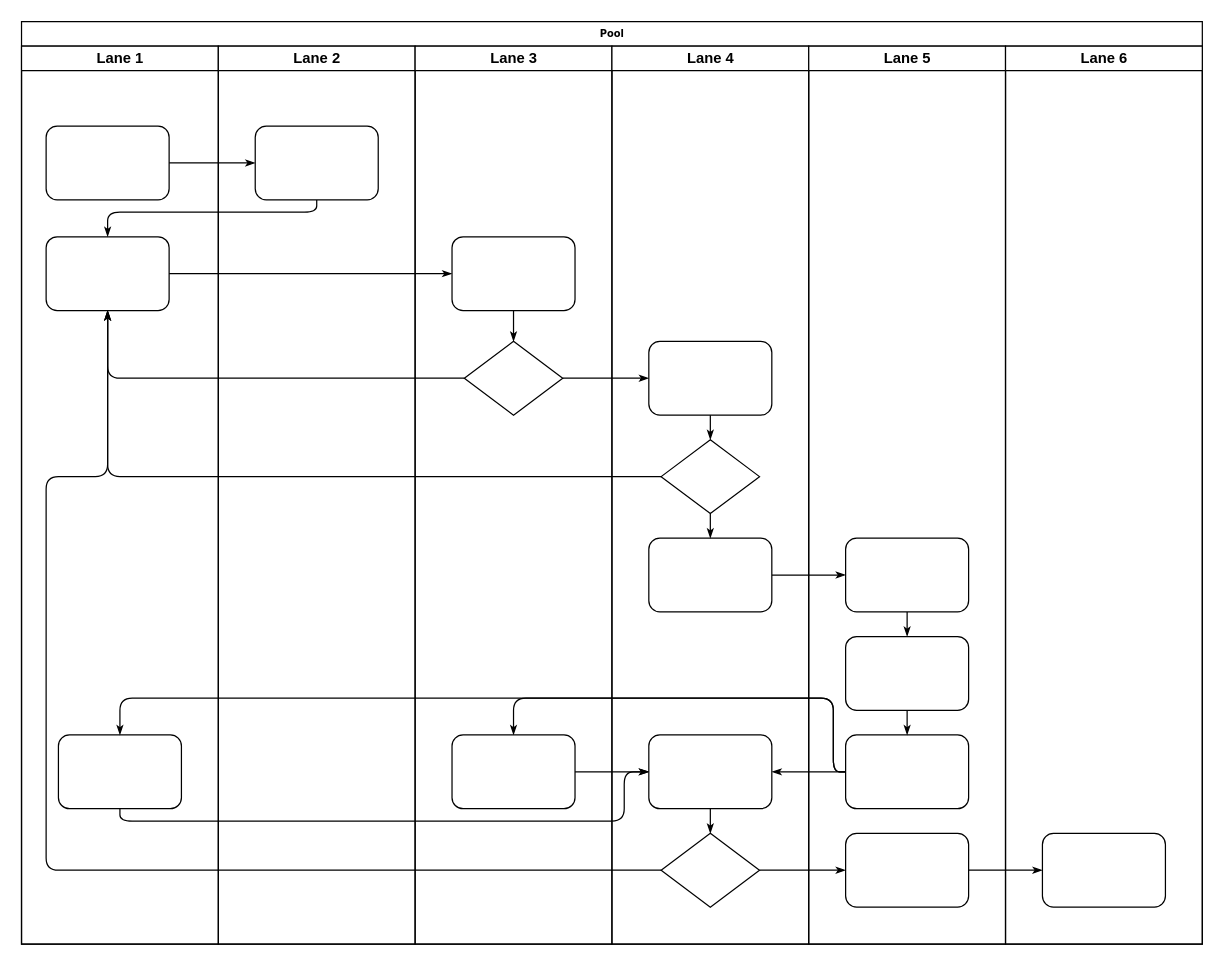
Earlier version of the draw.io diagram system-diagram.drawio (cronical/claim-bridge). Source tidied: cells renumbered, new cells numbered last; positions are measured from the earlier drawing's top-left corner, leaving out a move shared by most shapes. Both pictures are drawn from the tidied source at 123%, with x=0, y=0 at pixel (21, 21).
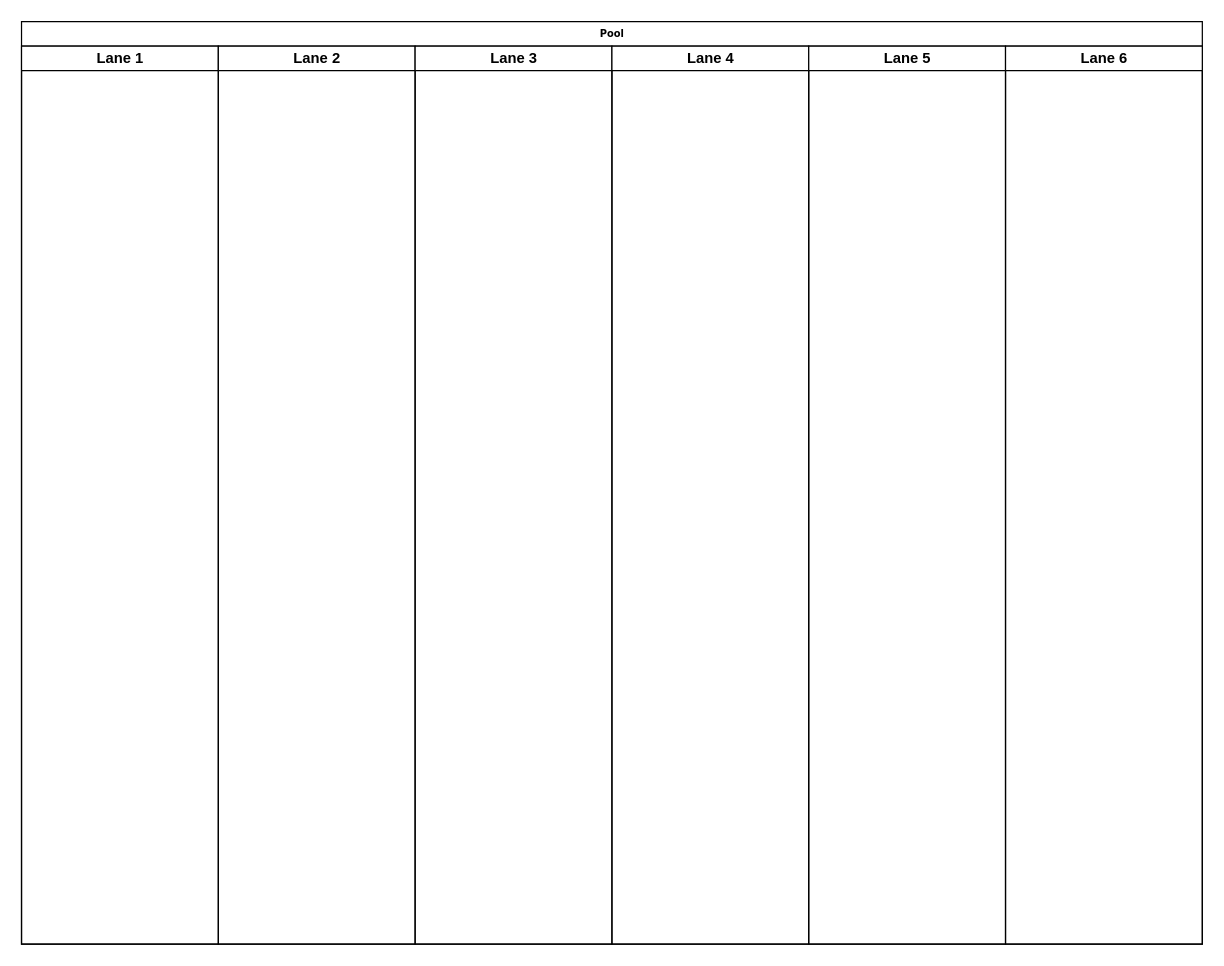
After the change.

Unchanged cells that the change refers to:
```xml
<mxCell id="2" value="Pool" style="swimlane;html=1;startSize=20;rounded=0;shadow=0;labelBackgroundColor=none;strokeWidth=1;fontFamily=Verdana;fontSize=8;align=center;" parent="1" vertex="1">
  <mxGeometry width="960" height="750" as="geometry" />
</mxCell>
<mxCell id="3" value="Lane 1" style="swimlane;html=1;startSize=20;" parent="2" vertex="1">
  <mxGeometry y="20" width="160" height="730" as="geometry" />
</mxCell>
<mxCell id="22" value="Lane 2" style="swimlane;html=1;startSize=20;" parent="2" vertex="1">
  <mxGeometry x="160" y="20" width="160" height="730" as="geometry" />
</mxCell>
<mxCell id="24" value="Lane 3" style="swimlane;html=1;startSize=20;" parent="2" vertex="1">
  <mxGeometry x="320" y="20" width="160" height="730" as="geometry" />
</mxCell>
<mxCell id="29" value="Lane 4" style="swimlane;html=1;startSize=20;" parent="2" vertex="1">
  <mxGeometry x="480" y="20" width="160" height="730" as="geometry" />
</mxCell>
<mxCell id="38" value="Lane 5" style="swimlane;html=1;startSize=20;" parent="2" vertex="1">
  <mxGeometry x="640" y="20" width="160" height="730" as="geometry" />
</mxCell>
<mxCell id="45" value="Lane 6" style="swimlane;html=1;startSize=20;" parent="2" vertex="1">
  <mxGeometry x="800" y="20" width="160" height="730" as="geometry" />
</mxCell>
```

What changed in the source:
```diff
@@
-    <mxCell id="4" style="rounded=1;whiteSpace=wrap;html=1;shadow=0;labelBackgroundColor=none;strokeWidth=1;fontFamily=Verdana;fontSize=8;align=center;" parent="3" vertex="1">
-      <mxGeometry x="20" y="65" width="100" height="60" as="geometry" />
-    </mxCell>
-    <mxCell id="5" style="rounded=1;whiteSpace=wrap;html=1;shadow=0;labelBackgroundColor=none;strokeWidth=1;fontFamily=Verdana;fontSize=8;align=center;" parent="3" vertex="1">
-      <mxGeometry x="20" y="155" width="100" height="60" as="geometry" />
-    </mxCell>
-    <mxCell id="6" style="rounded=1;whiteSpace=wrap;html=1;shadow=0;labelBackgroundColor=none;strokeWidth=1;fontFamily=Verdana;fontSize=8;align=center;" parent="3" vertex="1">
-      <mxGeometry x="30" y="560" width="100" height="60" as="geometry" />
-    </mxCell>
-    <mxCell id="7" style="edgeStyle=orthogonalEdgeStyle;rounded=1;html=1;labelBackgroundColor=none;startArrow=none;startFill=0;startSize=5;endArrow=classicThin;endFill=1;endSize=5;jettySize=auto;strokeWidth=1;fontFamily=Verdana;fontSize=8;" parent="2" edge="1" source="4" target="23">
-      <mxGeometry relative="1" as="geometry" />
-    </mxCell>
-    <mxCell id="8" style="edgeStyle=orthogonalEdgeStyle;rounded=1;html=1;labelBackgroundColor=none;startArrow=none;startFill=0;startSize=5;endArrow=classicThin;endFill=1;endSize=5;jettySize=auto;strokeWidth=1;fontFamily=Verdana;fontSize=8;" parent="2" edge="1" source="23" target="5">
-      <mxGeometry relative="1" as="geometry">
-        <Array as="points">
-          <mxPoint x="240" y="155" />
-          <mxPoint x="70" y="155" />
-        </Array>
-      </mxGeometry>
-    </mxCell>
-    <mxCell id="9" style="edgeStyle=orthogonalEdgeStyle;rounded=1;html=1;labelBackgroundColor=none;startArrow=none;startFill=0;startSize=5;endArrow=classicThin;endFill=1;endSize=5;jettySize=auto;strokeWidth=1;fontFamily=Verdana;fontSize=8;" parent="2" edge="1" source="5" target="25">
-      <mxGeometry relative="1" as="geometry" />
-    </mxCell>
-    <mxCell id="10" style="edgeStyle=orthogonalEdgeStyle;rounded=1;html=1;labelBackgroundColor=none;startArrow=none;startFill=0;startSize=5;endArrow=classicThin;endFill=1;endSize=5;jettySize=auto;strokeWidth=1;fontFamily=Verdana;fontSize=8;" parent="2" edge="1" source="26" target="5">
-      <mxGeometry relative="1" as="geometry" />
-    </mxCell>
-    <mxCell id="11" style="edgeStyle=orthogonalEdgeStyle;rounded=1;html=1;labelBackgroundColor=none;startArrow=none;startFill=0;startSize=5;endArrow=classicThin;endFill=1;endSize=5;jettySize=auto;strokeWidth=1;fontFamily=Verdana;fontSize=8;" parent="2" edge="1" source="31" target="5">
-      <mxGeometry relative="1" as="geometry" />
-    </mxCell>
-    <mxCell id="12" style="edgeStyle=orthogonalEdgeStyle;rounded=1;html=1;labelBackgroundColor=none;startArrow=none;startFill=0;startSize=5;endArrow=classicThin;endFill=1;endSize=5;jettySize=auto;strokeWidth=1;fontFamily=Verdana;fontSize=8;" parent="2" edge="1" source="34" target="5">
-      <mxGeometry relative="1" as="geometry">
-        <Array as="points">
-          <mxPoint x="20" y="690" />
-          <mxPoint x="20" y="370" />
-          <mxPoint x="70" y="370" />
-        </Array>
-      </mxGeometry>
-    </mxCell>
-    <mxCell id="13" style="edgeStyle=orthogonalEdgeStyle;rounded=1;html=1;labelBackgroundColor=none;startArrow=none;startFill=0;startSize=5;endArrow=classicThin;endFill=1;endSize=5;jettySize=auto;strokeWidth=1;fontFamily=Verdana;fontSize=8;" parent="2" edge="1" source="26" target="30">
-      <mxGeometry relative="1" as="geometry" />
-    </mxCell>
-    <mxCell id="14" style="edgeStyle=orthogonalEdgeStyle;rounded=1;html=1;labelBackgroundColor=none;startArrow=none;startFill=0;startSize=5;endArrow=classicThin;endFill=1;endSize=5;jettySize=auto;strokeWidth=1;fontFamily=Verdana;fontSize=8;" parent="2" edge="1" source="34" target="42">
-      <mxGeometry relative="1" as="geometry" />
-    </mxCell>
-    <mxCell id="15" style="edgeStyle=orthogonalEdgeStyle;rounded=1;html=1;labelBackgroundColor=none;startArrow=none;startFill=0;startSize=5;endArrow=classicThin;endFill=1;endSize=5;jettySize=auto;strokeWidth=1;fontFamily=Verdana;fontSize=8;" parent="2" edge="1" source="42" target="46">
-      <mxGeometry relative="1" as="geometry" />
-    </mxCell>
-    <mxCell id="16" style="edgeStyle=orthogonalEdgeStyle;rounded=1;html=1;labelBackgroundColor=none;startArrow=none;startFill=0;startSize=5;endArrow=classicThin;endFill=1;endSize=5;jettySize=auto;strokeWidth=1;fontFamily=Verdana;fontSize=8;" parent="2" edge="1" source="32" target="39">
-      <mxGeometry relative="1" as="geometry" />
-    </mxCell>
-    <mxCell id="17" style="edgeStyle=orthogonalEdgeStyle;rounded=1;html=1;labelBackgroundColor=none;startArrow=none;startFill=0;startSize=5;endArrow=classicThin;endFill=1;endSize=5;jettySize=auto;strokeWidth=1;fontFamily=Verdana;fontSize=8;" parent="2" edge="1" source="41" target="27">
-      <mxGeometry relative="1" as="geometry">
-        <Array as="points">
-          <mxPoint x="660" y="610" />
-          <mxPoint x="660" y="550" />
-          <mxPoint x="400" y="550" />
-        </Array>
-      </mxGeometry>
-    </mxCell>
-    <mxCell id="18" style="edgeStyle=orthogonalEdgeStyle;rounded=1;html=1;labelBackgroundColor=none;startArrow=none;startFill=0;startSize=5;endArrow=classicThin;endFill=1;endSize=5;jettySize=auto;strokeColor=#000000;strokeWidth=1;fontFamily=Verdana;fontSize=8;fontColor=#000000;" parent="2" edge="1" source="41" target="33">
-      <mxGeometry relative="1" as="geometry" />
-    </mxCell>
-    <mxCell id="19" style="edgeStyle=orthogonalEdgeStyle;rounded=1;html=1;labelBackgroundColor=none;startArrow=none;startFill=0;startSize=5;endArrow=classicThin;endFill=1;endSize=5;jettySize=auto;strokeWidth=1;fontFamily=Verdana;fontSize=8;" parent="2" edge="1" source="41" target="6">
-      <mxGeometry relative="1" as="geometry">
-        <Array as="points">
-          <mxPoint x="660" y="610" />
-          <mxPoint x="660" y="550" />
-          <mxPoint x="80" y="550" />
-        </Array>
-      </mxGeometry>
-    </mxCell>
-    <mxCell id="20" style="edgeStyle=orthogonalEdgeStyle;rounded=1;html=1;labelBackgroundColor=none;startArrow=none;startFill=0;startSize=5;endArrow=classicThin;endFill=1;endSize=5;jettySize=auto;strokeWidth=1;fontFamily=Verdana;fontSize=8;" parent="2" edge="1" source="6" target="33">
-      <mxGeometry relative="1" as="geometry">
-        <Array as="points">
-          <mxPoint x="80" y="650" />
-          <mxPoint x="490" y="650" />
-          <mxPoint x="490" y="610" />
-        </Array>
-      </mxGeometry>
-    </mxCell>
-    <mxCell id="21" style="edgeStyle=orthogonalEdgeStyle;rounded=1;html=1;labelBackgroundColor=none;startArrow=none;startFill=0;startSize=5;endArrow=classicThin;endFill=1;endSize=5;jettySize=auto;strokeWidth=1;fontFamily=Verdana;fontSize=8;" parent="2" edge="1" source="27" target="33">
-      <mxGeometry relative="1" as="geometry" />
-    </mxCell>
@@
-    <mxCell id="23" style="rounded=1;whiteSpace=wrap;html=1;shadow=0;labelBackgroundColor=none;strokeWidth=1;fontFamily=Verdana;fontSize=8;align=center;" parent="22" vertex="1">
-      <mxGeometry x="30" y="65" width="100" height="60" as="geometry" />
-    </mxCell>
@@
-    <mxCell id="25" style="rounded=1;whiteSpace=wrap;html=1;shadow=0;labelBackgroundColor=none;strokeWidth=1;fontFamily=Verdana;fontSize=8;align=center;" parent="24" vertex="1">
-      <mxGeometry x="30" y="155" width="100" height="60" as="geometry" />
-    </mxCell>
-    <mxCell id="26" style="rhombus;whiteSpace=wrap;html=1;rounded=0;shadow=0;labelBackgroundColor=none;strokeWidth=1;fontFamily=Verdana;fontSize=8;align=center;" parent="24" vertex="1">
-      <mxGeometry x="40" y="240" width="80" height="60" as="geometry" />
-    </mxCell>
-    <mxCell id="27" style="rounded=1;whiteSpace=wrap;html=1;shadow=0;labelBackgroundColor=none;strokeWidth=1;fontFamily=Verdana;fontSize=8;align=center;" parent="24" vertex="1">
-      <mxGeometry x="30" y="560" width="100" height="60" as="geometry" />
-    </mxCell>
-    <mxCell id="28" style="edgeStyle=orthogonalEdgeStyle;rounded=1;html=1;labelBackgroundColor=none;startArrow=none;startFill=0;startSize=5;endArrow=classicThin;endFill=1;endSize=5;jettySize=auto;strokeWidth=1;fontFamily=Verdana;fontSize=8;" parent="24" edge="1" source="25" target="26">
-      <mxGeometry relative="1" as="geometry" />
-    </mxCell>
@@
-    <mxCell id="30" style="rounded=1;whiteSpace=wrap;html=1;shadow=0;labelBackgroundColor=none;strokeWidth=1;fontFamily=Verdana;fontSize=8;align=center;" parent="29" vertex="1">
-      <mxGeometry x="30" y="240" width="100" height="60" as="geometry" />
-    </mxCell>
-    <mxCell id="31" style="rhombus;whiteSpace=wrap;html=1;rounded=0;shadow=0;labelBackgroundColor=none;strokeWidth=1;fontFamily=Verdana;fontSize=8;align=center;" parent="29" vertex="1">
-      <mxGeometry x="40" y="320" width="80" height="60" as="geometry" />
-    </mxCell>
-    <mxCell id="32" style="rounded=1;whiteSpace=wrap;html=1;shadow=0;labelBackgroundColor=none;strokeWidth=1;fontFamily=Verdana;fontSize=8;align=center;" parent="29" vertex="1">
-      <mxGeometry x="30" y="400" width="100" height="60" as="geometry" />
-    </mxCell>
-    <mxCell id="33" style="rounded=1;whiteSpace=wrap;html=1;shadow=0;labelBackgroundColor=none;strokeWidth=1;fontFamily=Verdana;fontSize=8;align=center;" parent="29" vertex="1">
-      <mxGeometry x="30" y="560" width="100" height="60" as="geometry" />
-    </mxCell>
-    <mxCell id="34" style="rhombus;whiteSpace=wrap;html=1;rounded=0;shadow=0;labelBackgroundColor=none;strokeWidth=1;fontFamily=Verdana;fontSize=8;align=center;" parent="29" vertex="1">
-      <mxGeometry x="40" y="640" width="80" height="60" as="geometry" />
-    </mxCell>
-    <mxCell id="35" style="edgeStyle=orthogonalEdgeStyle;rounded=1;html=1;labelBackgroundColor=none;startArrow=none;startFill=0;startSize=5;endArrow=classicThin;endFill=1;endSize=5;jettySize=auto;strokeColor=#000000;strokeWidth=1;fontFamily=Verdana;fontSize=8;fontColor=#000000;" parent="29" edge="1" source="30" target="31">
-      <mxGeometry relative="1" as="geometry" />
-    </mxCell>
-    <mxCell id="36" style="edgeStyle=orthogonalEdgeStyle;rounded=1;html=1;labelBackgroundColor=none;startArrow=none;startFill=0;startSize=5;endArrow=classicThin;endFill=1;endSize=5;jettySize=auto;strokeWidth=1;fontFamily=Verdana;fontSize=8;" parent="29" edge="1" source="31" target="32">
-      <mxGeometry relative="1" as="geometry" />
-    </mxCell>
-    <mxCell id="37" style="edgeStyle=orthogonalEdgeStyle;rounded=1;html=1;labelBackgroundColor=none;startArrow=none;startFill=0;startSize=5;endArrow=classicThin;endFill=1;endSize=5;jettySize=auto;strokeWidth=1;fontFamily=Verdana;fontSize=8;" parent="29" edge="1" source="33" target="34">
-      <mxGeometry relative="1" as="geometry" />
-    </mxCell>
@@
-    <mxCell id="39" style="rounded=1;whiteSpace=wrap;html=1;shadow=0;labelBackgroundColor=none;strokeWidth=1;fontFamily=Verdana;fontSize=8;align=center;" parent="38" vertex="1">
-      <mxGeometry x="30" y="400" width="100" height="60" as="geometry" />
-    </mxCell>
-    <mxCell id="40" style="rounded=1;whiteSpace=wrap;html=1;shadow=0;labelBackgroundColor=none;strokeWidth=1;fontFamily=Verdana;fontSize=8;align=center;" parent="38" vertex="1">
-      <mxGeometry x="30" y="480" width="100" height="60" as="geometry" />
-    </mxCell>
-    <mxCell id="41" style="rounded=1;whiteSpace=wrap;html=1;shadow=0;labelBackgroundColor=none;strokeWidth=1;fontFamily=Verdana;fontSize=8;align=center;" parent="38" vertex="1">
-      <mxGeometry x="30" y="560" width="100" height="60" as="geometry" />
-    </mxCell>
-    <mxCell id="42" style="rounded=1;whiteSpace=wrap;html=1;shadow=0;labelBackgroundColor=none;strokeWidth=1;fontFamily=Verdana;fontSize=8;align=center;" parent="38" vertex="1">
-      <mxGeometry x="30" y="640" width="100" height="60" as="geometry" />
-    </mxCell>
-    <mxCell id="43" style="edgeStyle=orthogonalEdgeStyle;rounded=1;html=1;labelBackgroundColor=none;startArrow=none;startFill=0;startSize=5;endArrow=classicThin;endFill=1;endSize=5;jettySize=auto;strokeWidth=1;fontFamily=Verdana;fontSize=8;" parent="38" edge="1" source="39" target="40">
-      <mxGeometry relative="1" as="geometry" />
-    </mxCell>
-    <mxCell id="44" style="edgeStyle=orthogonalEdgeStyle;rounded=1;html=1;labelBackgroundColor=none;startArrow=none;startFill=0;startSize=5;endArrow=classicThin;endFill=1;endSize=5;jettySize=auto;strokeWidth=1;fontFamily=Verdana;fontSize=8;" parent="38" edge="1" source="40" target="41">
-      <mxGeometry relative="1" as="geometry" />
-    </mxCell>
@@
-    <mxCell id="46" style="rounded=1;whiteSpace=wrap;html=1;shadow=0;labelBackgroundColor=none;strokeWidth=1;fontFamily=Verdana;fontSize=8;align=center;" parent="45" vertex="1">
-      <mxGeometry x="30" y="640" width="100" height="60" as="geometry" />
-    </mxCell>
```
